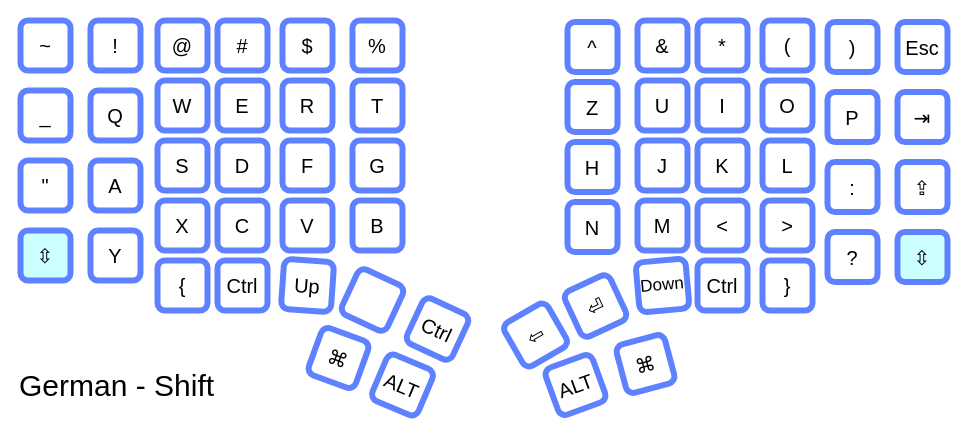
This is page "Ge-Shift-Uni-Mac" (16 of 16) of layouts.drawio from maxistar/dacty, a draw.io file, before an edit. Source tidied: cells renumbered, new cells numbered last; positions are measured from the earlier drawing's top-left corner, leaving out a move shared by most shapes. Both pictures are drawn from the tidied source at 100%, with x=0, y=0 at pixel (17, 20).
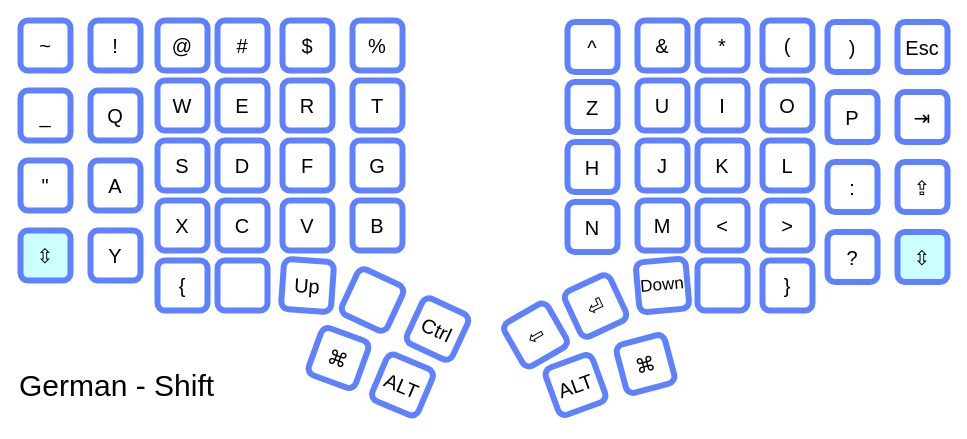
After the change.

Diff of the diagram source:
```diff
@@
-    <mxCell id="48" value="&lt;span style=&quot;font-size: 20px;&quot;&gt;Ctrl&lt;/span&gt;" style="rounded=1;whiteSpace=wrap;html=1;strokeWidth=6;strokeColor=#5E81FF;" parent="1" vertex="1">
+    <mxCell id="48" value="&lt;span style=&quot;font-size: 20px;&quot;&gt;&amp;nbsp;&lt;/span&gt;" style="rounded=1;whiteSpace=wrap;html=1;strokeWidth=6;strokeColor=#5E81FF;" parent="1" vertex="1">
       <mxGeometry x="680" y="240" width="50" height="50" as="geometry" />
     </mxCell>
@@
-    <mxCell id="63" value="&lt;span style=&quot;font-size: 20px;&quot;&gt;Ctrl&lt;/span&gt;" style="rounded=1;whiteSpace=wrap;html=1;strokeWidth=6;strokeColor=#5E81FF;" parent="1" vertex="1">
+    <mxCell id="63" value="&lt;span style=&quot;font-size: 20px;&quot;&gt;&amp;nbsp;&lt;/span&gt;" style="rounded=1;whiteSpace=wrap;html=1;strokeWidth=6;strokeColor=#5E81FF;" parent="1" vertex="1">
       <mxGeometry x="200" y="240" width="50" height="50" as="geometry" />
     </mxCell>
```
